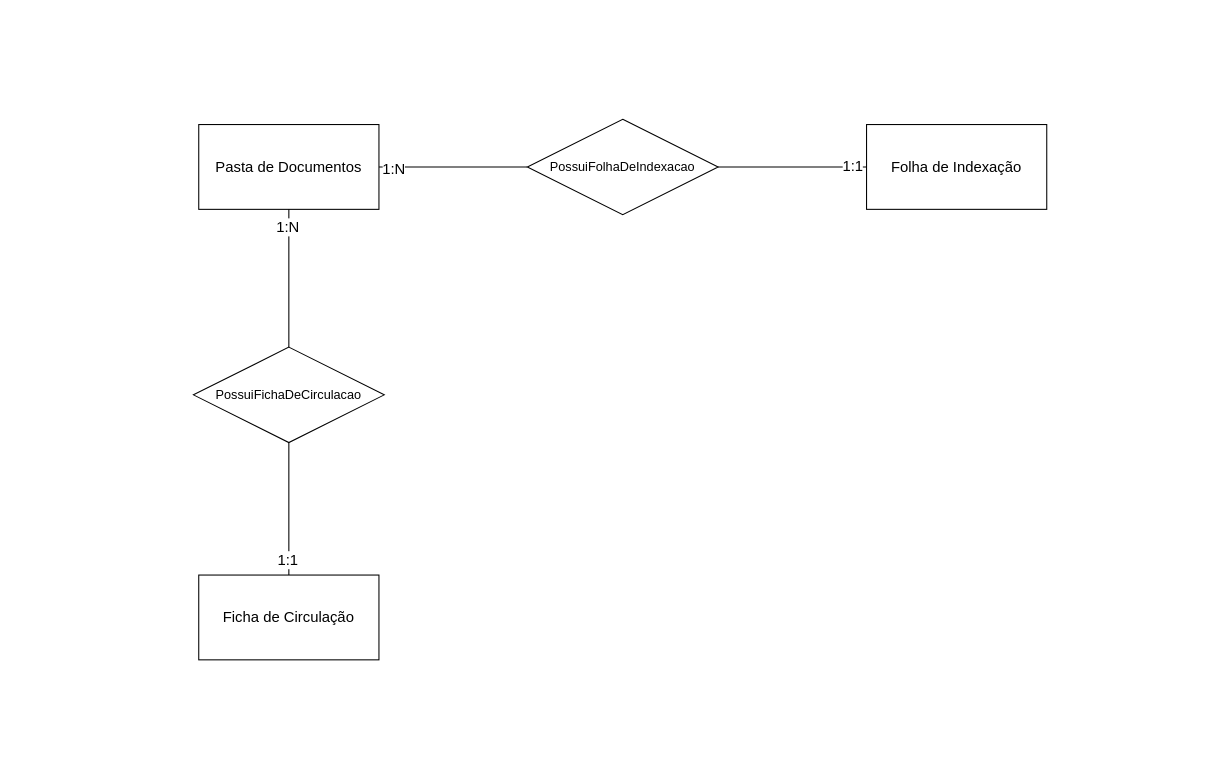
Before: Diagrama sem nome.drawio in divinor07/avasolos, a draw.io diagram. Source tidied: cells renumbered, new cells numbered last; positions are measured from the earlier drawing's top-left corner, leaving out a move shared by most shapes. Both pictures are drawn from the tidied source at 106%, with x=0, y=0 at pixel (193, 119).
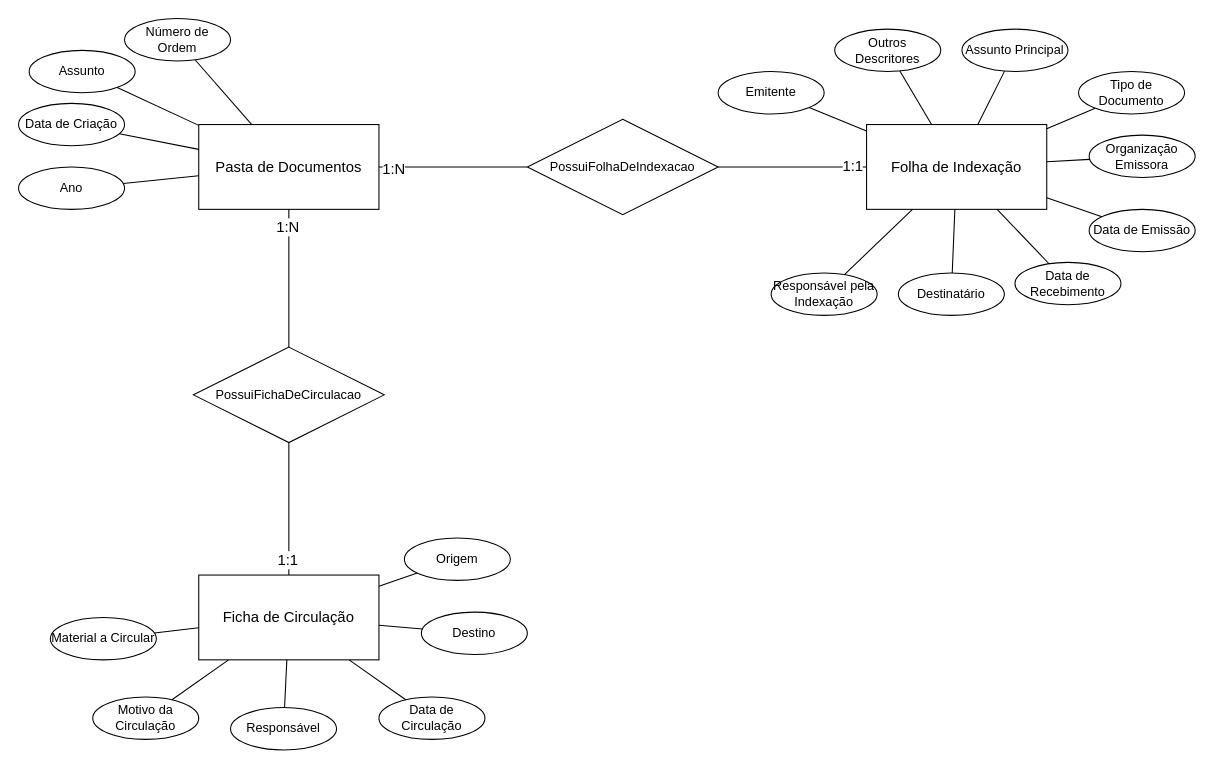
After the change.

Unchanged cells that the change refers to:
```xml
<mxCell id="2" value="Pasta de Documentos" style="whiteSpace=wrap;html=1;align=center;fontSize=14;" parent="1" vertex="1">
  <mxGeometry x="5" y="5" width="170" height="80" as="geometry" />
</mxCell>
<mxCell id="4" value="Ficha de Circulação" style="whiteSpace=wrap;html=1;align=center;fontSize=14;" parent="1" vertex="1">
  <mxGeometry x="5" y="430" width="170" height="80" as="geometry" />
</mxCell>
<mxCell id="5" value="Folha de Indexação" style="whiteSpace=wrap;html=1;align=center;fontSize=14;" parent="1" vertex="1">
  <mxGeometry x="635" y="5" width="170" height="80" as="geometry" />
</mxCell>
```

Change to the diagram source:
```diff
@@
+    <mxCell id="15" value="Assunto" style="ellipse;whiteSpace=wrap;html=1;align=center;" parent="1" vertex="1">
+      <mxGeometry x="-155" y="-65" width="100" height="40" as="geometry" />
+    </mxCell>
+    <mxCell id="16" value="Ano" style="ellipse;whiteSpace=wrap;html=1;align=center;" parent="1" vertex="1">
+      <mxGeometry x="-165" y="45" width="100" height="40" as="geometry" />
+    </mxCell>
+    <mxCell id="17" value="Número de Ordem" style="ellipse;whiteSpace=wrap;html=1;align=center;" parent="1" vertex="1">
+      <mxGeometry x="-65" y="-95" width="100" height="40" as="geometry" />
+    </mxCell>
+    <mxCell id="18" value="Data de Criação" style="ellipse;whiteSpace=wrap;html=1;align=center;" parent="1" vertex="1">
+      <mxGeometry x="-165" y="-15" width="100" height="40" as="geometry" />
+    </mxCell>
+    <mxCell id="19" style="endArrow=none;html=1;rounded=0;" parent="1" edge="1" source="17" target="2">
+      <mxGeometry relative="1" as="geometry" />
+    </mxCell>
+    <mxCell id="20" style="html=1;whiteSpace=wrap;align=left;verticalAlign=bottom;" parent="19" vertex="1">
+      <mxGeometry x="-1" relative="1" as="geometry" />
+    </mxCell>
+    <mxCell id="21" style="endArrow=none;html=1;rounded=0;" parent="1" edge="1" source="18" target="2">
+      <mxGeometry relative="1" as="geometry" />
+    </mxCell>
+    <mxCell id="22" style="endArrow=none;html=1;rounded=0;" parent="1" edge="1" source="16" target="2">
+      <mxGeometry relative="1" as="geometry" />
+    </mxCell>
+    <mxCell id="23" style="endArrow=none;html=1;rounded=0;" parent="1" edge="1" source="15" target="2">
+      <mxGeometry relative="1" as="geometry" />
+    </mxCell>
+    <mxCell id="24" value="Material a Circular" style="ellipse;whiteSpace=wrap;html=1;align=center;" parent="1" vertex="1">
+      <mxGeometry x="-135" y="470" width="100" height="40" as="geometry" />
+    </mxCell>
+    <mxCell id="25" value="Origem" style="ellipse;whiteSpace=wrap;html=1;align=center;" parent="1" vertex="1">
+      <mxGeometry x="199" y="395" width="100" height="40" as="geometry" />
+    </mxCell>
+    <mxCell id="26" value="Destino" style="ellipse;whiteSpace=wrap;html=1;align=center;" parent="1" vertex="1">
+      <mxGeometry x="215" y="465" width="100" height="40" as="geometry" />
+    </mxCell>
+    <mxCell id="27" value="Responsável" style="ellipse;whiteSpace=wrap;html=1;align=center;" parent="1" vertex="1">
+      <mxGeometry x="35" y="555" width="100" height="40" as="geometry" />
+    </mxCell>
+    <mxCell id="28" value="Data de Circulação" style="ellipse;whiteSpace=wrap;html=1;align=center;" parent="1" vertex="1">
+      <mxGeometry x="175" y="545" width="100" height="40" as="geometry" />
+    </mxCell>
+    <mxCell id="29" value="Motivo da Circulação" style="ellipse;whiteSpace=wrap;html=1;align=center;" parent="1" vertex="1">
+      <mxGeometry x="-95" y="545" width="100" height="40" as="geometry" />
+    </mxCell>
+    <mxCell id="30" style="endArrow=none;html=1;rounded=0;" parent="1" edge="1" source="4" target="26">
+      <mxGeometry relative="1" as="geometry" />
+    </mxCell>
+    <mxCell id="31" style="endArrow=none;html=1;rounded=0;" parent="1" edge="1" source="4" target="28">
+      <mxGeometry relative="1" as="geometry" />
+    </mxCell>
+    <mxCell id="32" style="endArrow=none;html=1;rounded=0;" parent="1" edge="1" source="4" target="27">
+      <mxGeometry relative="1" as="geometry" />
+    </mxCell>
+    <mxCell id="33" style="endArrow=none;html=1;rounded=0;" parent="1" edge="1" source="24" target="4">
+      <mxGeometry relative="1" as="geometry" />
+    </mxCell>
+    <mxCell id="34" style="endArrow=none;html=1;rounded=0;" parent="1" edge="1" source="4" target="29">
+      <mxGeometry relative="1" as="geometry" />
+    </mxCell>
+    <mxCell id="35" style="endArrow=none;html=1;rounded=0;" parent="1" edge="1" source="4" target="25">
+      <mxGeometry relative="1" as="geometry" />
+    </mxCell>
+    <mxCell id="36" value="Destinatário" style="ellipse;whiteSpace=wrap;html=1;align=center;" parent="1" vertex="1">
+      <mxGeometry x="665" y="145" width="100" height="40" as="geometry" />
+    </mxCell>
+    <mxCell id="37" value="Assunto Principal" style="ellipse;whiteSpace=wrap;html=1;align=center;" parent="1" vertex="1">
+      <mxGeometry x="725" y="-85" width="100" height="40" as="geometry" />
+    </mxCell>
+    <mxCell id="38" value="Outros Descritores" style="ellipse;whiteSpace=wrap;html=1;align=center;" parent="1" vertex="1">
+      <mxGeometry x="605" y="-85" width="100" height="40" as="geometry" />
+    </mxCell>
+    <mxCell id="39" value="Data de Recebimento" style="ellipse;whiteSpace=wrap;html=1;align=center;" parent="1" vertex="1">
+      <mxGeometry x="775" y="135" width="100" height="40" as="geometry" />
+    </mxCell>
+    <mxCell id="40" value="Responsável pela Indexação" style="ellipse;whiteSpace=wrap;html=1;align=center;" parent="1" vertex="1">
+      <mxGeometry x="545" y="145" width="100" height="40" as="geometry" />
+    </mxCell>
+    <mxCell id="41" value="Organização Emissora" style="ellipse;whiteSpace=wrap;html=1;align=center;" parent="1" vertex="1">
+      <mxGeometry x="845" y="15" width="100" height="40" as="geometry" />
+    </mxCell>
+    <mxCell id="42" value="Data de Emissão" style="ellipse;whiteSpace=wrap;html=1;align=center;" parent="1" vertex="1">
+      <mxGeometry x="845" y="85" width="100" height="40" as="geometry" />
+    </mxCell>
+    <mxCell id="43" value="Emitente" style="ellipse;whiteSpace=wrap;html=1;align=center;" parent="1" vertex="1">
+      <mxGeometry x="495" y="-45" width="100" height="40" as="geometry" />
+    </mxCell>
+    <mxCell id="44" value="Tipo de Documento" style="ellipse;whiteSpace=wrap;html=1;align=center;" parent="1" vertex="1">
+      <mxGeometry x="835" y="-45" width="100" height="40" as="geometry" />
+    </mxCell>
+    <mxCell id="45" style="endArrow=none;html=1;rounded=0;" parent="1" edge="1" source="38" target="5">
+      <mxGeometry relative="1" as="geometry" />
+    </mxCell>
+    <mxCell id="46" style="endArrow=none;html=1;rounded=0;" parent="1" edge="1" source="43" target="5">
+      <mxGeometry relative="1" as="geometry" />
+    </mxCell>
+    <mxCell id="47" style="endArrow=none;html=1;rounded=0;" parent="1" edge="1" source="40" target="5">
+      <mxGeometry relative="1" as="geometry" />
+    </mxCell>
+    <mxCell id="48" style="endArrow=none;html=1;rounded=0;" parent="1" edge="1" source="5" target="36">
+      <mxGeometry relative="1" as="geometry" />
+    </mxCell>
+    <mxCell id="49" style="endArrow=none;html=1;rounded=0;" parent="1" edge="1" source="5" target="39">
+      <mxGeometry relative="1" as="geometry" />
+    </mxCell>
+    <mxCell id="50" style="endArrow=none;html=1;rounded=0;" parent="1" edge="1" source="5" target="44">
+      <mxGeometry relative="1" as="geometry" />
+    </mxCell>
+    <mxCell id="51" style="endArrow=none;html=1;rounded=0;" parent="1" edge="1" source="5" target="41">
+      <mxGeometry relative="1" as="geometry" />
+    </mxCell>
+    <mxCell id="52" style="endArrow=none;html=1;rounded=0;" parent="1" edge="1" source="5" target="42">
+      <mxGeometry relative="1" as="geometry" />
+    </mxCell>
+    <mxCell id="53" style="endArrow=none;html=1;rounded=0;" parent="1" edge="1" source="37" target="5">
+      <mxGeometry relative="1" as="geometry" />
+    </mxCell>
```
